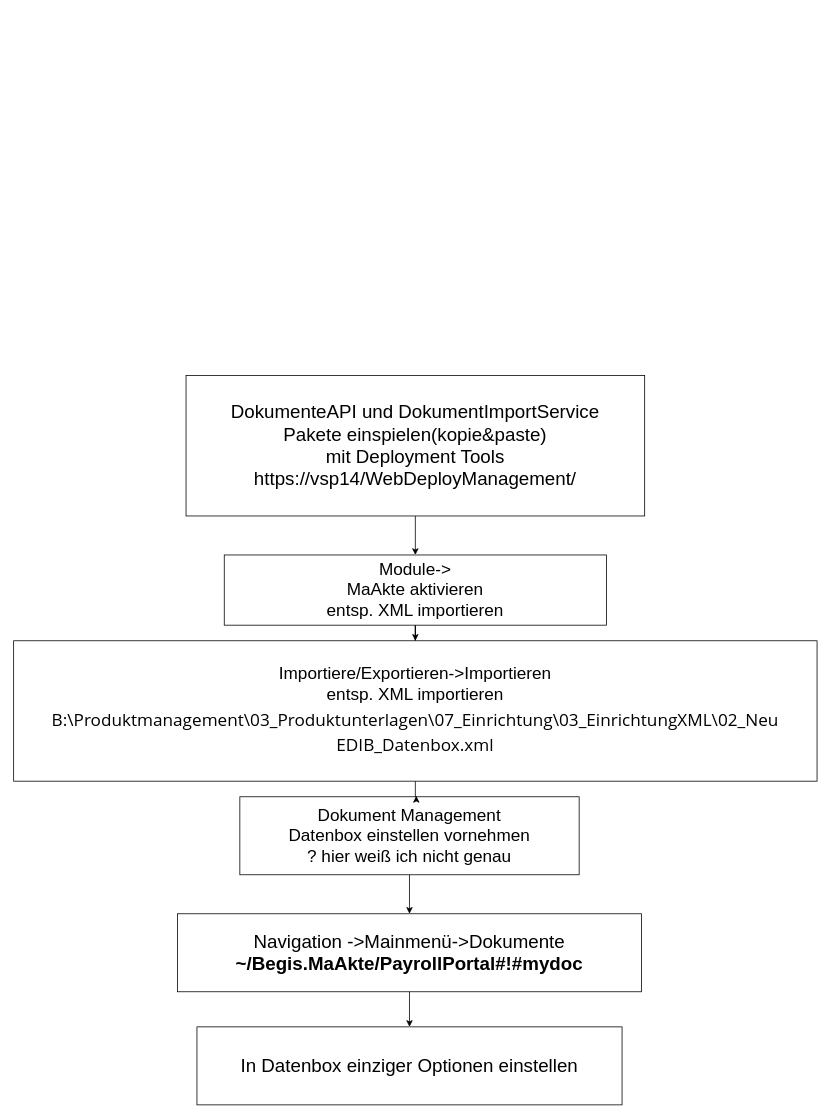
Earlier version of the draw.io diagram Datenbox einrichten.drawio (masteryijian/Hallo-World-). Source tidied: cells renumbered, new cells numbered last; positions are measured from the earlier drawing's top-left corner, leaving out a move shared by most shapes. Both pictures are drawn from the tidied source at 78%, with x=0, y=0 at pixel (13, 375).
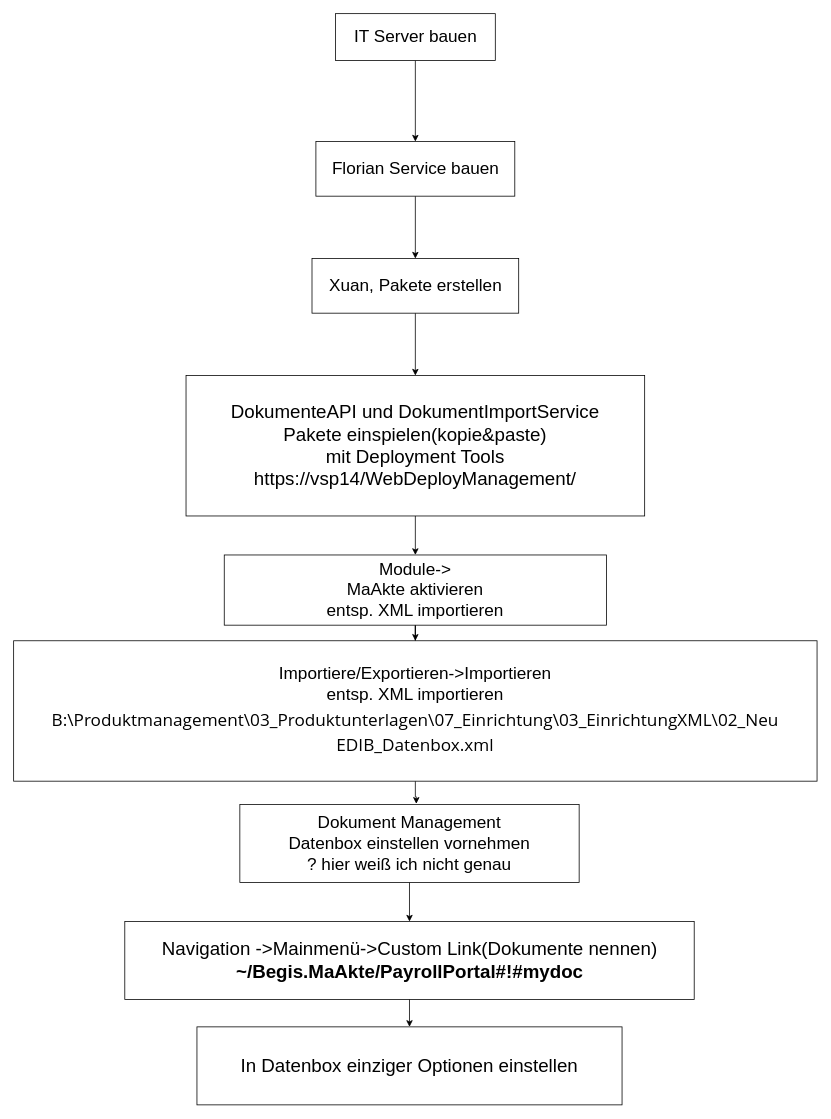
After the change.

Diff of the diagram source:
```diff
@@
 <mxGraphModel>
   <root>
     <mxCell id="0" />
     <mxCell id="1" parent="0" />
     <mxCell id="2" style="edgeStyle=orthogonalEdgeStyle;rounded=0;jettySize=auto;html=1;fontSize=24;" parent="1" edge="1" source="3" target="12">
       <mxGeometry relative="1" as="geometry" />
     </mxCell>
     <mxCell id="3" value="&lt;font style=&quot;font-size: 22px&quot;&gt;Module-&amp;gt;&lt;br style=&quot;font-size: 22px&quot;&gt;MaAkte aktivieren&lt;br&gt;entsp. XML importieren&lt;br&gt;&lt;/font&gt;" style="rounded=0;whiteSpace=wrap;html=1;fontSize=22;" parent="1" vertex="1">
       <mxGeometry x="270" y="230" width="490" height="90" as="geometry" />
     </mxCell>
     <mxCell id="4" value="Dokument Management&lt;br&gt;Datenbox einstellen vornehmen&lt;br&gt;? hier weiß ich nicht genau" style="rounded=0;whiteSpace=wrap;html=1;fontSize=22;" parent="1" vertex="1">
-      <mxGeometry x="290" y="540" width="435" height="100" as="geometry" />
+      <mxGeometry x="290" y="550" width="435" height="100" as="geometry" />
     </mxCell>
-    <mxCell id="5" value="Navigation -&amp;gt;Mainmenü-&amp;gt;Dokumente&lt;br style=&quot;font-size: 24px&quot;&gt;&lt;div class=&quot;WordSection1&quot; style=&quot;font-size: 24px&quot;&gt;&lt;p class=&quot;MsoNormal&quot; style=&quot;margin: 0cm ; line-height: normal ; font-size: 24px ; font-family: &amp;#34;calibri&amp;#34; , sans-serif&quot;&gt;&lt;b style=&quot;font-size: 24px&quot;&gt;&lt;span lang=&quot;ZH-CN&quot; style=&quot;font-size: 24px ; font-family: &amp;#34;microsoft yahei&amp;#34; , sans-serif&quot;&gt;~/Begis.MaAkte/PayrollPortal#!#mydoc&lt;/span&gt;&lt;/b&gt;&lt;/p&gt;&lt;/div&gt;" style="rounded=0;whiteSpace=wrap;html=1;fontSize=24;" parent="1" vertex="1">
-      <mxGeometry x="210" y="690" width="595" height="100" as="geometry" />
+    <mxCell id="5" value="Navigation -&amp;gt;Mainmenü-&amp;gt;Custom Link(Dokumente nennen)&lt;br style=&quot;font-size: 24px&quot;&gt;&lt;div class=&quot;WordSection1&quot; style=&quot;font-size: 24px&quot;&gt;&lt;p class=&quot;MsoNormal&quot; style=&quot;margin: 0cm ; line-height: normal ; font-size: 24px ; font-family: &amp;#34;calibri&amp;#34; , sans-serif&quot;&gt;&lt;b style=&quot;font-size: 24px&quot;&gt;&lt;span lang=&quot;ZH-CN&quot; style=&quot;font-size: 24px ; font-family: &amp;#34;microsoft yahei&amp;#34; , sans-serif&quot;&gt;~/Begis.MaAkte/PayrollPortal#!#mydoc&lt;/span&gt;&lt;/b&gt;&lt;/p&gt;&lt;/div&gt;" style="rounded=0;whiteSpace=wrap;html=1;fontSize=24;" parent="1" vertex="1">
+      <mxGeometry x="142.5" y="700" width="730" height="100" as="geometry" />
     </mxCell>
     <mxCell id="6" style="endArrow=classic;html=1;fontSize=24;exitX=0.5;exitY=1;exitDx=0;exitDy=0;entryX=0.5;entryY=0;entryDx=0;entryDy=0;" parent="1" edge="1" source="4" target="5">
       <mxGeometry relative="1" as="geometry" />
     </mxCell>
     <mxCell id="7" value="In Datenbox einziger Optionen einstellen" style="rounded=0;whiteSpace=wrap;html=1;fontSize=24;" parent="1" vertex="1">
       <mxGeometry x="235" y="835" width="545" height="100" as="geometry" />
     </mxCell>
     <mxCell id="8" style="endArrow=classic;html=1;fontSize=24;entryX=0.5;entryY=0;entryDx=0;entryDy=0;exitX=0.5;exitY=1;exitDx=0;exitDy=0;" parent="1" edge="1" source="5" target="7">
       <mxGeometry relative="1" as="geometry" />
     </mxCell>
     <mxCell id="9" style="edgeStyle=orthogonalEdgeStyle;rounded=0;jettySize=auto;html=1;fontSize=24;" parent="1" edge="1" source="10" target="3">
       <mxGeometry relative="1" as="geometry" />
     </mxCell>
     <mxCell id="10" value="DokumenteAPI und DokumentImportService &lt;br&gt;Pakete einspielen(kopie&amp;amp;paste)&lt;br&gt;mit Deployment Tools&lt;br&gt;https://vsp14/WebDeployManagement/" style="rounded=0;whiteSpace=wrap;html=1;fontSize=24;" parent="1" vertex="1">
       <mxGeometry x="221" width="588" height="180" as="geometry" />
     </mxCell>
     <mxCell id="11" style="edgeStyle=orthogonalEdgeStyle;rounded=0;jettySize=auto;html=1;fontSize=24;entryX=0.52;entryY=-0.01;entryDx=0;entryDy=0;entryPerimeter=0;" parent="1" edge="1" source="12" target="4">
       <mxGeometry relative="1" as="geometry" />
     </mxCell>
     <mxCell id="12" value="&lt;font style=&quot;font-size: 22px;&quot;&gt;Importiere/Exportieren-&amp;gt;Importieren&lt;br style=&quot;font-size: 22px;&quot;&gt;entsp. XML importieren&lt;br style=&quot;font-size: 22px;&quot;&gt;&lt;div class=&quot;WordSection1&quot; style=&quot;font-size: 22px;&quot;&gt;&lt;p class=&quot;MsoNormal&quot; style=&quot;margin: 2pt 0cm; line-height: normal; font-size: 22px; font-family: calibri, sans-serif;&quot;&gt;&lt;span style=&quot;font-size: 22px; font-family: &amp;quot;segoe ui&amp;quot;, sans-serif;&quot;&gt;B:\Produktmanagement\03_Produktunterlagen\07_Einrichtung\03_EinrichtungXML\02_Neu&lt;/span&gt;&lt;span style=&quot;font-size: 22px; font-family: &amp;quot;segoe ui&amp;quot;, sans-serif;&quot;&gt;&lt;/span&gt;&lt;/p&gt;&lt;p class=&quot;MsoNormal&quot; style=&quot;margin: 2pt 0cm; line-height: normal; font-size: 22px; font-family: calibri, sans-serif;&quot;&gt;&lt;span style=&quot;font-size: 22px; font-family: &amp;quot;segoe ui&amp;quot;, sans-serif;&quot;&gt;EDIB_Datenbox.xml&lt;/span&gt;&lt;span style=&quot;font-size: 22px; font-family: &amp;quot;segoe ui&amp;quot;, sans-serif;&quot;&gt;&lt;/span&gt;&lt;/p&gt;&lt;/div&gt;&lt;/font&gt;" style="rounded=0;whiteSpace=wrap;html=1;fontSize=22;" parent="1" vertex="1">
       <mxGeometry y="340" width="1030" height="180" as="geometry" />
     </mxCell>
+    <mxCell id="13" style="edgeStyle=orthogonalEdgeStyle;rounded=0;jettySize=auto;html=1;fontSize=22;" parent="1" edge="1" source="14" target="10">
+      <mxGeometry relative="1" as="geometry" />
+    </mxCell>
+    <mxCell id="14" value="Xuan, Pakete erstellen" style="rounded=0;whiteSpace=wrap;html=1;fontSize=22;" parent="1" vertex="1">
+      <mxGeometry x="382.5" y="-150" width="265" height="70" as="geometry" />
+    </mxCell>
+    <mxCell id="15" style="edgeStyle=orthogonalEdgeStyle;rounded=0;jettySize=auto;html=1;fontSize=22;" parent="1" edge="1" source="16" target="14">
+      <mxGeometry relative="1" as="geometry" />
+    </mxCell>
+    <mxCell id="16" value="Florian Service bauen" style="rounded=0;whiteSpace=wrap;html=1;fontSize=22;" parent="1" vertex="1">
+      <mxGeometry x="387.5" y="-300" width="255" height="70" as="geometry" />
+    </mxCell>
+    <mxCell id="17" style="edgeStyle=orthogonalEdgeStyle;rounded=0;jettySize=auto;html=1;fontSize=22;" parent="1" edge="1" source="18" target="16">
+      <mxGeometry relative="1" as="geometry" />
+    </mxCell>
+    <mxCell id="18" value="IT Server bauen" style="rounded=0;whiteSpace=wrap;html=1;fontSize=22;" parent="1" vertex="1">
+      <mxGeometry x="412.5" y="-464" width="205" height="60" as="geometry" />
+    </mxCell>
   </root>
 </mxGraphModel>
```
